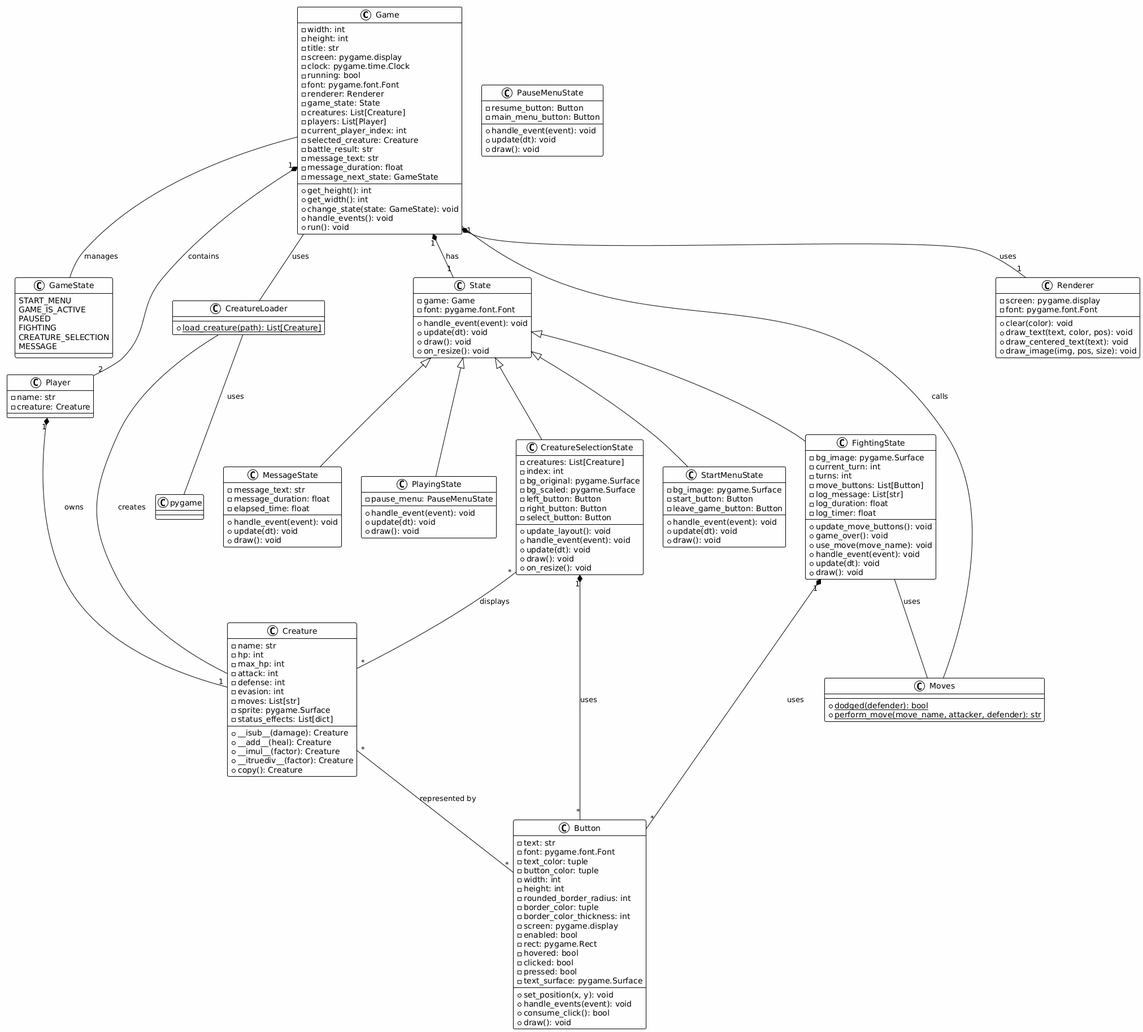
Earlier version of the PlantUML export UML.png (TunaTheCanned/PythonPokemonTypeGameProject).
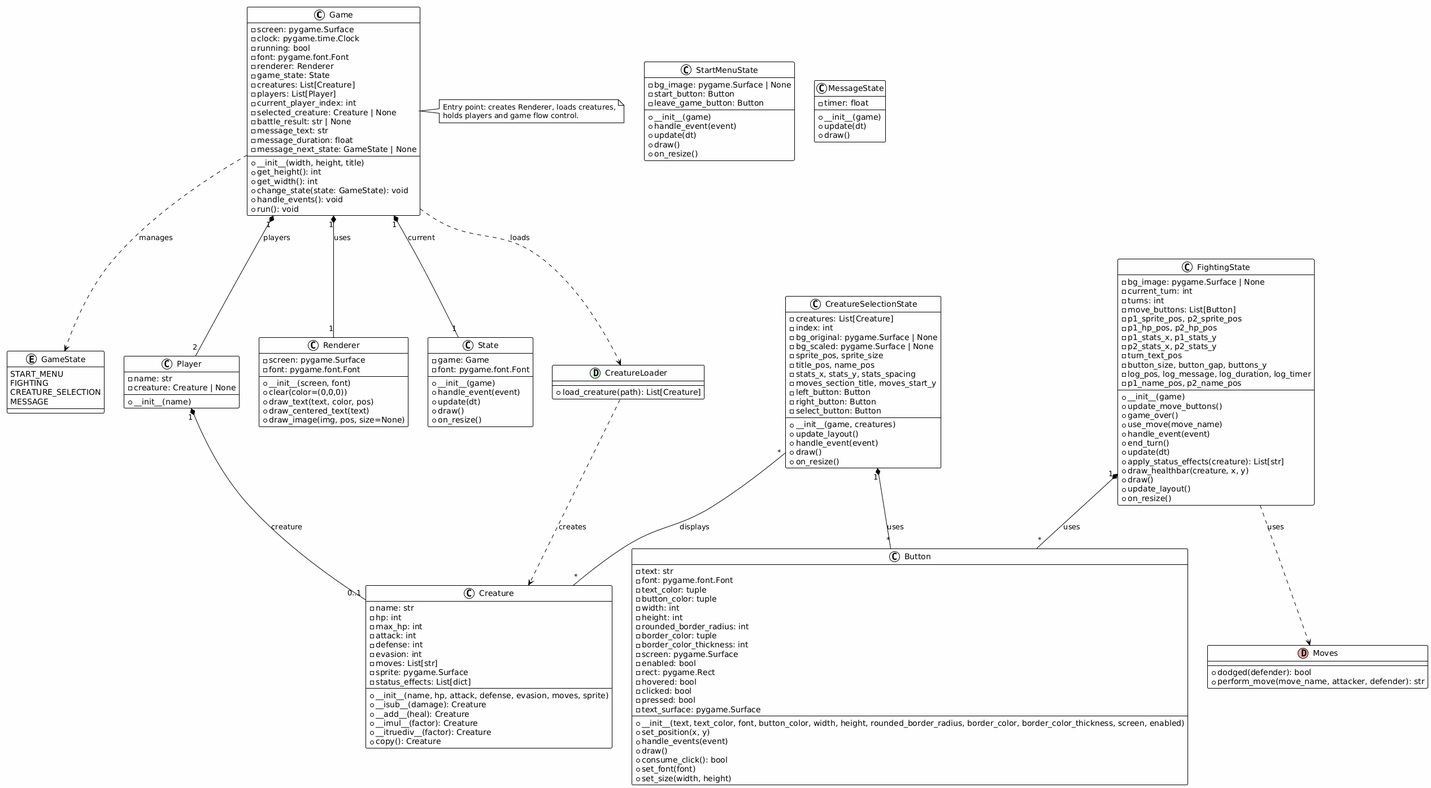
The same file after the commit.

Diff of the diagram source:
```diff
@@ -4,10 +4,7 @@
 skinparam defaultFontName Arial
 
 class Game {
-    - width: int
-    - height: int
-    - title: str
-    - screen: pygame.display
+    - screen: pygame.Surface
     - clock: pygame.time.Clock
     - running: bool
     - font: pygame.font.Font
@@ -16,12 +13,13 @@
     - creatures: List[Creature]
     - players: List[Player]
     - current_player_index: int
-    - selected_creature: Creature
-    - battle_result: str
+    - selected_creature: Creature | None
+    - battle_result: str | None
     - message_text: str
     - message_duration: float
-    - message_next_state: GameState
+    - message_next_state: GameState | None
     --
+    + __init__(width, height, title)
     + get_height(): int
     + get_width(): int
     + change_state(state: GameState): void
@@ -29,10 +27,8 @@
     + run(): void
 }
 
-class GameState {
+enum GameState {
     START_MENU
-    GAME_IS_ACTIVE
-    PAUSED
     FIGHTING
     CREATURE_SELECTION
     MESSAGE
@@ -40,7 +36,9 @@
 
 class Player {
     - name: str
-    - creature: Creature
+    - creature: Creature | None
+    --
+    + __init__(name)
 }
 
 class Creature {
@@ -54,6 +52,7 @@
     - sprite: pygame.Surface
     - status_effects: List[dict]
     --
+    + __init__(name, hp, attack, defense, evasion, moves, sprite)
     + __isub__(damage): Creature
     + __add__(heal): Creature
     + __imul__(factor): Creature
@@ -62,13 +61,14 @@
 }
 
 class Renderer {
-    - screen: pygame.display
+    - screen: pygame.Surface
     - font: pygame.font.Font
     --
-    + clear(color): void
-    + draw_text(text, color, pos): void
-    + draw_centered_text(text): void
-    + draw_image(img, pos, size): void
+    + __init__(screen, font)
+    + clear(color=(0,0,0))
+    + draw_text(text, color, pos)
+    + draw_centered_text(text)
+    + draw_image(img, pos, size=None)
 }
 
 class Button {
@@ -81,7 +81,7 @@
     - rounded_border_radius: int
     - border_color: tuple
     - border_color_thickness: int
-    - screen: pygame.display
+    - screen: pygame.Surface
     - enabled: bool
     - rect: pygame.Rect
     - hovered: bool
@@ -89,123 +89,117 @@
     - pressed: bool
     - text_surface: pygame.Surface
     --
-    + set_position(x, y): void
-    + handle_events(event): void
+    + __init__(text, text_color, font, button_color, width, height, rounded_border_radius, border_color, border_color_thickness, screen, enabled)
+    + set_position(x, y)
+    + handle_events(event)
+    + draw()
     + consume_click(): bool
-    + draw(): void
+    + set_font(font)
+    + set_size(width, height)
 }
 
 class State {
     - game: Game
     - font: pygame.font.Font
     --
-    + handle_event(event): void
-    + update(dt): void
-    + draw(): void
-    + on_resize(): void
+    + __init__(game)
+    + handle_event(event)
+    + update(dt)
+    + draw()
+    + on_resize()
 }
 
 class StartMenuState {
-    - bg_image: pygame.Surface
+    - bg_image: pygame.Surface | None
     - start_button: Button
     - leave_game_button: Button
     --
-    + handle_event(event): void
-    + update(dt): void
-    + draw(): void
+    + __init__(game)
+    + handle_event(event)
+    + update(dt)
+    + draw()
+    + on_resize()
 }
 
 class CreatureSelectionState {
     - creatures: List[Creature]
     - index: int
-    - bg_original: pygame.Surface
-    - bg_scaled: pygame.Surface
+    - bg_original: pygame.Surface | None
+    - bg_scaled: pygame.Surface | None
+    - sprite_pos, sprite_size
+    - title_pos, name_pos
+    - stats_x, stats_y, stats_spacing
+    - moves_section_title, moves_start_y
     - left_button: Button
     - right_button: Button
     - select_button: Button
     --
-    + update_layout(): void
-    + handle_event(event): void
-    + update(dt): void
-    + draw(): void
-    + on_resize(): void
+    + __init__(game, creatures)
+    + update_layout()
+    + handle_event(event)
+    + draw()
+    + on_resize()
 }
 
 class FightingState {
-    - bg_image: pygame.Surface
+    - bg_image: pygame.Surface | None
     - current_turn: int
     - turns: int
     - move_buttons: List[Button]
-    - log_message: List[str]
-    - log_duration: float
-    - log_timer: float
+    - p1_sprite_pos, p2_sprite_pos
+    - p1_hp_pos, p2_hp_pos
+    - p1_stats_x, p1_stats_y
+    - p2_stats_x, p2_stats_y
+    - turn_text_pos
+    - button_size, button_gap, buttons_y
+    - log_pos, log_message, log_duration, log_timer
+    - p1_name_pos, p2_name_pos
     --
-    + update_move_buttons(): void
-    + game_over(): void
-    + use_move(move_name): void
-    + handle_event(event): void
-    + update(dt): void
-    + draw(): void
+    + __init__(game)
+    + update_move_buttons()
+    + game_over()
+    + use_move(move_name)
+    + handle_event(event)
+    + end_turn()
+    + update(dt)
+    + apply_status_effects(creature): List[str]
+    + draw_healthbar(creature, x, y)
+    + draw()
+    + update_layout()
+    + on_resize()
 }
 
 class MessageState {
-    - message_text: str
-    - message_duration: float
-    - elapsed_time: float
+    - timer: float
     --
-    + handle_event(event): void
-    + update(dt): void
-    + draw(): void
+    + __init__(game)
+    + update(dt)
+    + draw()
 }
 
-class PlayingState {
-    - pause_menu: PauseMenuState
-    --
-    + handle_event(event): void
-    + update(dt): void
-    + draw(): void
+class Moves << (D,#FFAAAA) >> {
+    + dodged(defender): bool
+    + perform_move(move_name, attacker, defender): str
 }
 
-class PauseMenuState {
-    - resume_button: Button
-    - main_menu_button: Button
-    --
-    + handle_event(event): void
-    + update(dt): void
-    + draw(): void
-}
-
-class Moves {
-    --
-    {static} + dodged(defender): bool
-    {static} + perform_move(move_name, attacker, defender): str
-}
-
-class CreatureLoader {
-    --
-    {static} + load_creature(path): List[Creature]
+class CreatureLoader << (D,#DDFFDD) >> {
+    + load_creature(path): List[Creature]
 }
 
 Game "1" *-- "1" Renderer : uses
-Game "1" *-- "1" State : has
-Game "1" *-- "2" Player : contains
-Game -- GameState : manages
-Player "1" *-- "1" Creature : owns
-Creature "*" -- "*" Button : represented by
+Game "1" *-- "1" State : current
+Game "1" *-- "2" Player : players
+Player "1" *-- "0..1" Creature : creature
+FightingState "1" *-- "*" Button : uses
+CreatureSelectionState "1" *-- "*" Button : uses
+CreatureSelectionState "*" -- "*" Creature : displays
+FightingState ..> Moves : uses
+CreatureLoader ..> Creature : creates
+Game ..> CreatureLoader : loads
+Game ..> GameState : manages
 
-State <|-- StartMenuState
-State <|-- CreatureSelectionState
-State <|-- FightingState
-State <|-- MessageState
-State <|-- PlayingState
-
-CreatureSelectionState "1" *-- "*" Button : uses
-FightingState "1" *-- "*" Button : uses
-FightingState -- Moves : uses
-CreatureSelectionState "*" -- "*" Creature : displays
-
-Game -- Moves : calls
-Game -- CreatureLoader : uses
-CreatureLoader -- Creature : creates
-CreatureLoader -- pygame : uses
+note right of Game
+  Entry point: creates Renderer, loads creatures,
+  holds players and game flow control.
+end note
 @enduml
```
